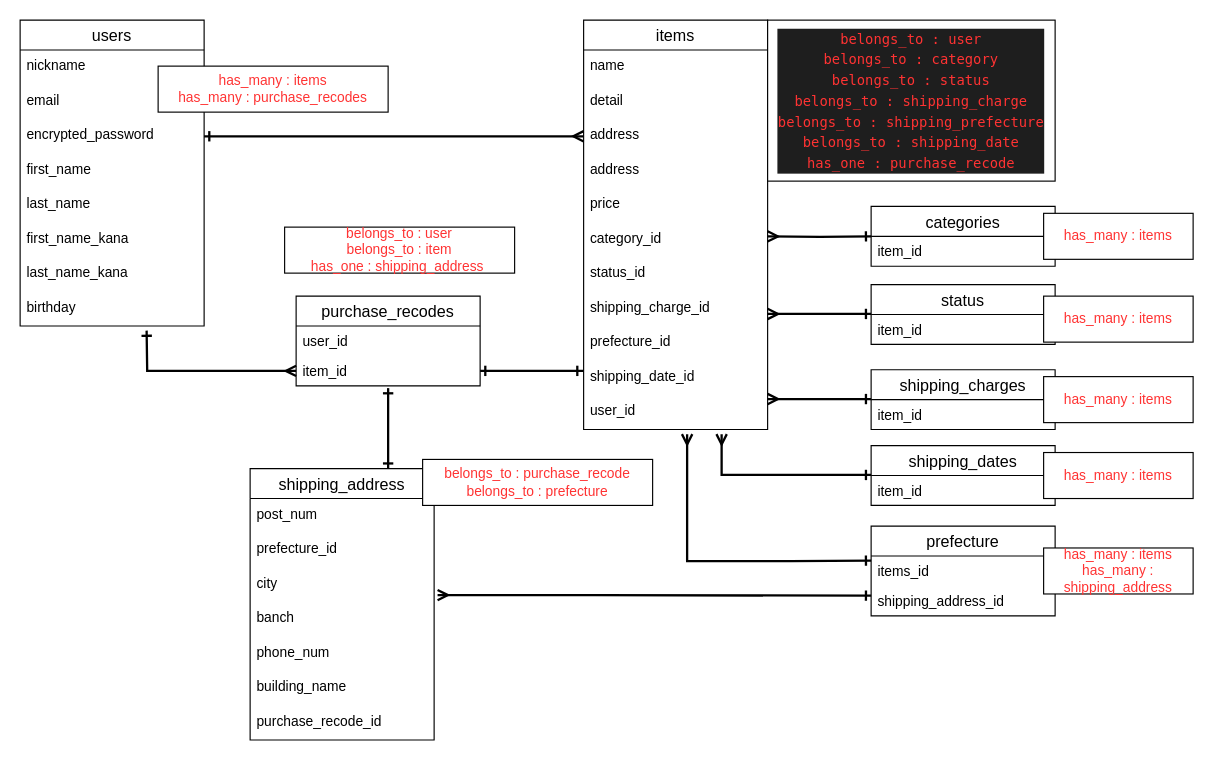
Above: test.dio in masaki524/furima-29088 (draw.io), before the change. Source tidied: cells renumbered, new cells numbered last; positions are measured from the earlier drawing's top-left corner, leaving out a move shared by most shapes. Both pictures are drawn from the tidied source at 115%, with x=0, y=0 at pixel (20, 20).
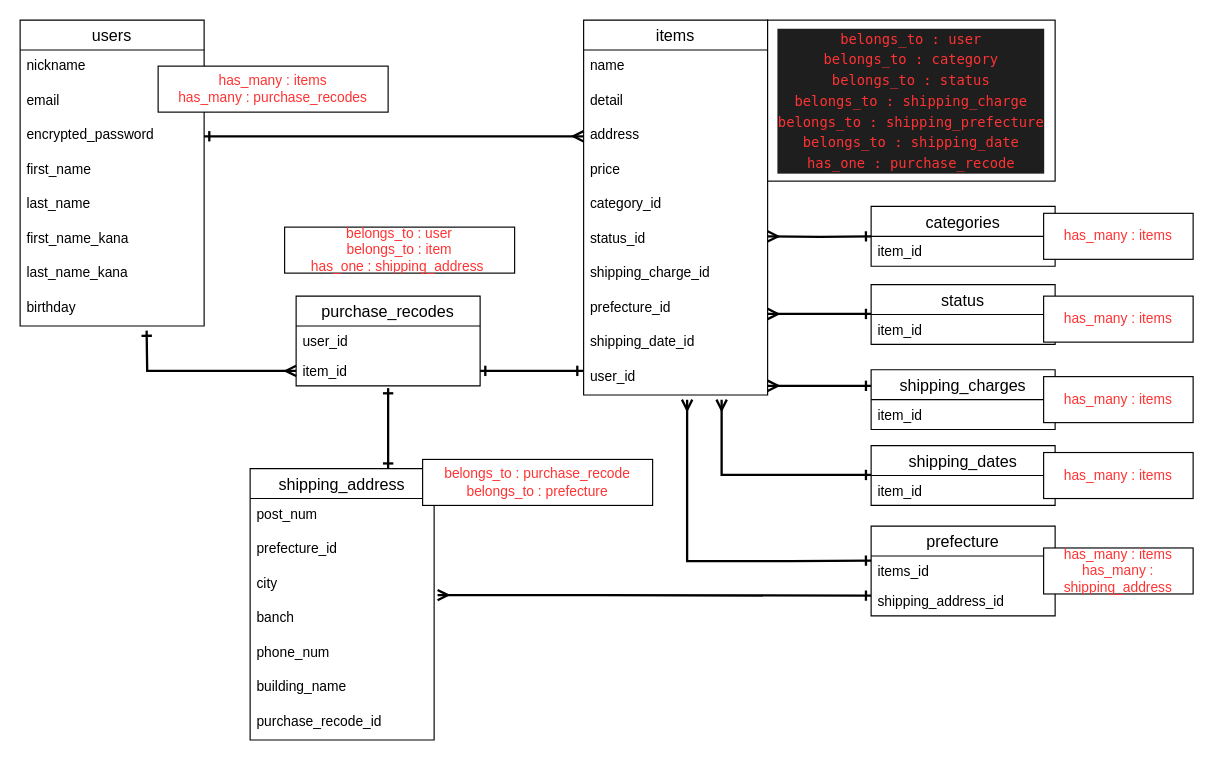
After the change.

Commit message (it also covers changes not shown here):
テーブル設計　修正２

https://gyazo.com/410b43755d3af34a06d1f8369e79558b

The change refers to these unchanged cells:
```xml
<mxCell id="18" value="encrypted_password" style="text;strokeColor=none;fillColor=none;spacingLeft=4;spacingRight=4;overflow=hidden;points=[[0,0.5],[1,0.5]];portConstraint=eastwest;fontSize=12;" parent="15" vertex="1">
  <mxGeometry y="86" width="160" height="30" as="geometry" />
</mxCell>
```

What changed in the source:
```diff
@@
-    <mxCell id="2" style="edgeStyle=orthogonalEdgeStyle;rounded=0;jettySize=auto;html=1;exitX=1;exitY=0.5;exitDx=0;exitDy=0;entryX=0;entryY=0.5;entryDx=0;entryDy=0;endArrow=ERmany;endFill=0;strokeWidth=2;startArrow=ERone;startFill=0;" parent="1" edge="1" source="18" target="28">
+    <mxCell id="2" style="edgeStyle=orthogonalEdgeStyle;rounded=0;jettySize=auto;html=1;exitX=1;exitY=0.5;exitDx=0;exitDy=0;entryX=0;entryY=0.5;entryDx=0;entryDy=0;endArrow=ERmany;endFill=0;strokeWidth=2;startArrow=ERone;startFill=0;" parent="1" edge="1" source="18">
       <mxGeometry relative="1" as="geometry">
+        <mxPoint x="490" y="101" as="targetPoint" />
         <Array as="points">
           <mxPoint x="290" y="101" />
           <mxPoint x="290" y="101" />
         </Array>
       </mxGeometry>
     </mxCell>
@@
     <mxCell id="25" value="items" style="swimlane;fontStyle=0;horizontal=1;startSize=26;align=center;fontSize=14;" parent="1" vertex="1">
-      <mxGeometry x="490" width="160" height="356" as="geometry" />
+      <mxGeometry x="490" width="160" height="326" as="geometry" />
     </mxCell>
@@
-    <mxCell id="28" value="address" style="text;strokeColor=none;fillColor=none;spacingLeft=4;spacingRight=4;overflow=hidden;points=[[0,0.5],[1,0.5]];portConstraint=eastwest;fontSize=12;" parent="25" vertex="1">
-      <mxGeometry y="86" width="160" height="30" as="geometry" />
-    </mxCell>
     <mxCell id="29" value="address" style="text;strokeColor=none;fillColor=none;spacingLeft=4;spacingRight=4;overflow=hidden;fontSize=12;" parent="25" vertex="1">
-      <mxGeometry y="116" width="160" height="30" as="geometry" />
+      <mxGeometry y="86" width="160" height="30" as="geometry" />
     </mxCell>
     <mxCell id="30" value="price" style="text;strokeColor=none;fillColor=none;spacingLeft=4;spacingRight=4;overflow=hidden;fontSize=12;" parent="25" vertex="1">
-      <mxGeometry y="146" width="160" height="30" as="geometry" />
+      <mxGeometry y="116" width="160" height="30" as="geometry" />
     </mxCell>
     <mxCell id="31" value="category_id" style="text;strokeColor=none;fillColor=none;spacingLeft=4;spacingRight=4;overflow=hidden;fontSize=12;" parent="25" vertex="1">
-      <mxGeometry y="176" width="160" height="30" as="geometry" />
+      <mxGeometry y="146" width="160" height="30" as="geometry" />
     </mxCell>
     <mxCell id="32" value="status_id" style="text;strokeColor=none;fillColor=none;spacingLeft=4;spacingRight=4;overflow=hidden;fontSize=12;" parent="25" vertex="1">
-      <mxGeometry y="206" width="160" height="30" as="geometry" />
+      <mxGeometry y="176" width="160" height="30" as="geometry" />
     </mxCell>
     <mxCell id="33" value="shipping_charge_id" style="text;strokeColor=none;fillColor=none;spacingLeft=4;spacingRight=4;overflow=hidden;fontSize=12;" parent="25" vertex="1">
-      <mxGeometry y="236" width="160" height="30" as="geometry" />
+      <mxGeometry y="206" width="160" height="30" as="geometry" />
     </mxCell>
     <mxCell id="34" value="prefecture_id" style="text;strokeColor=none;fillColor=none;spacingLeft=4;spacingRight=4;overflow=hidden;fontSize=12;" parent="25" vertex="1">
-      <mxGeometry y="266" width="160" height="30" as="geometry" />
+      <mxGeometry y="236" width="160" height="30" as="geometry" />
     </mxCell>
     <mxCell id="35" value="shipping_date_id" style="text;strokeColor=none;fillColor=none;spacingLeft=4;spacingRight=4;overflow=hidden;fontSize=12;" parent="25" vertex="1">
-      <mxGeometry y="296" width="160" height="30" as="geometry" />
+      <mxGeometry y="266" width="160" height="30" as="geometry" />
     </mxCell>
     <mxCell id="36" value="user_id" style="text;strokeColor=none;fillColor=none;spacingLeft=4;spacingRight=4;overflow=hidden;fontSize=12;" parent="25" vertex="1">
-      <mxGeometry y="326" width="160" height="30" as="geometry" />
+      <mxGeometry y="296" width="160" height="30" as="geometry" />
     </mxCell>
@@
     <mxCell id="53" style="edgeStyle=orthogonalEdgeStyle;rounded=0;orthogonalLoop=1;jettySize=auto;html=1;endArrow=ERone;endFill=0;strokeWidth=2;startArrow=ERmany;startFill=0;entryX=0;entryY=0.5;entryDx=0;entryDy=0;" parent="1" edge="1">
       <mxGeometry relative="1" as="geometry">
-        <mxPoint x="610" y="360" as="sourcePoint" />
+        <mxPoint x="610" y="330" as="sourcePoint" />
         <mxPoint x="740" y="395.5" as="targetPoint" />
         <Array as="points">
           <mxPoint x="670" y="395.5" />
           <mxPoint x="670" y="395.5" />
         </Array>
       </mxGeometry>
     </mxCell>
     <mxCell id="54" style="edgeStyle=orthogonalEdgeStyle;rounded=0;orthogonalLoop=1;jettySize=auto;html=1;endArrow=ERone;endFill=0;strokeWidth=2;startArrow=ERmany;startFill=0;entryX=0;entryY=0.5;entryDx=0;entryDy=0;" parent="1" edge="1">
       <mxGeometry relative="1" as="geometry">
-        <mxPoint x="580" y="360" as="sourcePoint" />
+        <mxPoint x="580" y="330" as="sourcePoint" />
         <mxPoint x="740" y="470" as="targetPoint" />
         <Array as="points">
           <mxPoint x="670" y="470.5" />
           <mxPoint x="670" y="470.5" />
         </Array>
       </mxGeometry>
     </mxCell>
@@
     <mxCell id="57" style="edgeStyle=orthogonalEdgeStyle;rounded=0;orthogonalLoop=1;jettySize=auto;html=1;endArrow=ERone;endFill=0;strokeWidth=2;startArrow=ERmany;startFill=0;entryX=0;entryY=0.5;entryDx=0;entryDy=0;" parent="1" edge="1">
       <mxGeometry relative="1" as="geometry">
-        <mxPoint x="650" y="329.5" as="sourcePoint" />
-        <mxPoint x="740" y="329.5" as="targetPoint" />
+        <mxPoint x="650" y="318" as="sourcePoint" />
+        <mxPoint x="740" y="318" as="targetPoint" />
       </mxGeometry>
     </mxCell>
```
